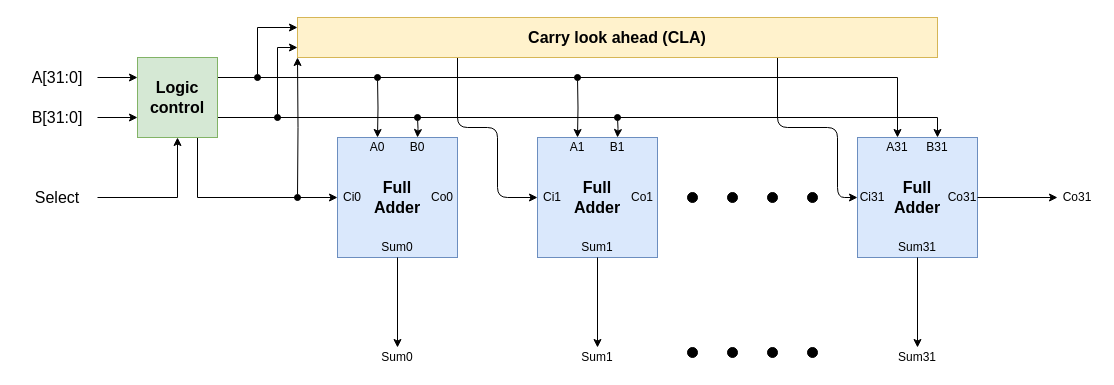
Before: Verilog/Adder_Subtractor/.drawio in GSXAM/LearningFPGA, a draw.io diagram. Source tidied: cells renumbered, new cells numbered last; positions are measured from the earlier drawing's top-left corner, leaving out a move shared by most shapes. Both pictures are drawn from the tidied source at 100%, with x=0, y=0 at pixel (17, 17).
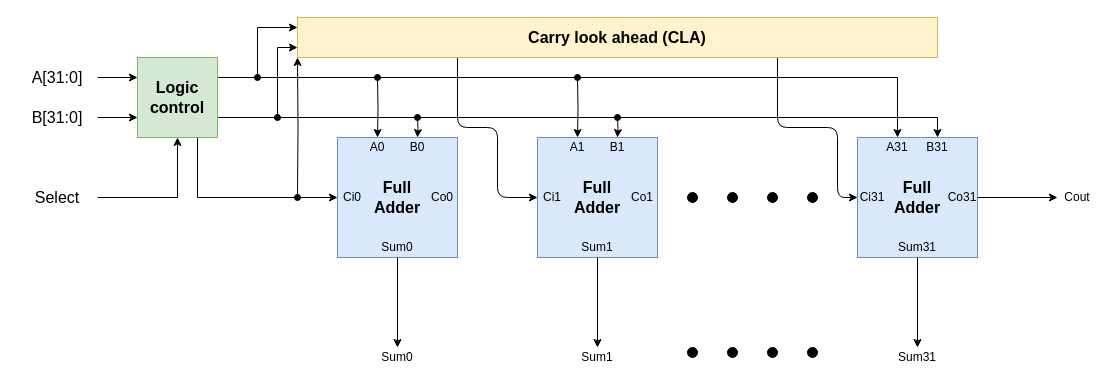
Above is the later version.

What changed in the source:
```diff
@@
-    <mxCell id="44" value="Co31" style="text;html=1;strokeColor=none;fillColor=none;align=center;verticalAlign=middle;whiteSpace=wrap;rounded=0;strokeWidth=1;fontSize=12;" parent="1" vertex="1">
+    <mxCell id="44" value="Cout" style="text;html=1;strokeColor=none;fillColor=none;align=center;verticalAlign=middle;whiteSpace=wrap;rounded=0;strokeWidth=1;fontSize=12;" parent="1" vertex="1">
       <mxGeometry x="1040" y="170" width="40" height="20" as="geometry" />
     </mxCell>
```
